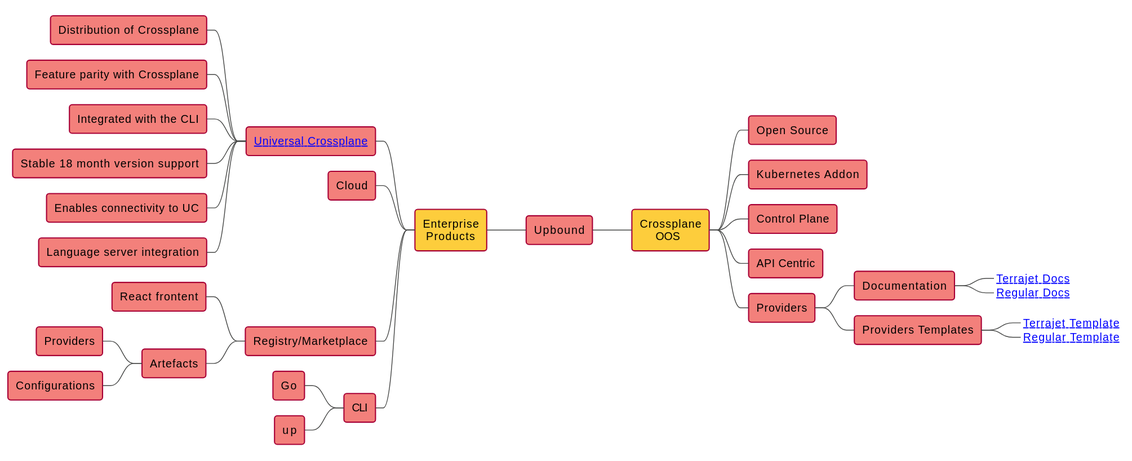
Earlier version of the PlantUML export diagrams/rendered/upbound-products-map.svg (Piotr1215/cloudrumble).
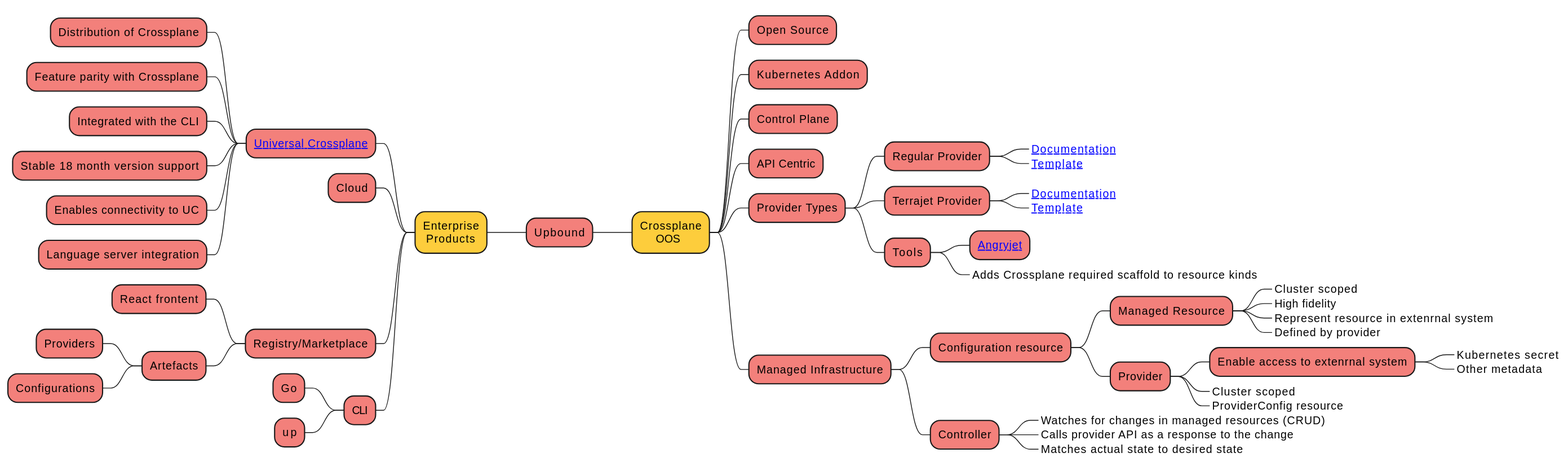
The same file after the commit.

Commit message:
Provider dev

Diff of the diagram source:
```diff
@@ -1,5 +1,4 @@
 @startmindmap
-!theme vibrant
 <style>
 mindmapDiagram {
     node {
@@ -35,11 +34,31 @@
 *** Kubernetes Addon
 *** Control Plane
 *** API Centric
-*** Providers
-**** Documentation
-*****_ [[https://github.com/crossplane/terrajet/blob/main/docs/generating-a-provider.md Terrajet Docs]]
-*****_ [[https://github.com/crossplane/crossplane/blob/master/docs/contributing/provider_development_guide.md Regular Docs]]
-**** Providers Templates
-*****_ [[https://github.com/crossplane-contrib/provider-jet-template Terrajet Template]]
-*****_ [[https://github.com/crossplane/provider-template Regular Template]]
+*** Provider Types
+**** Regular Provider
+*****_ [[https://github.com/crossplane/crossplane/blob/master/docs/contributing/provider_development_guide.md Documentation]]
+*****_ [[https://github.com/crossplane/provider-template Template]]
+**** Terrajet Provider
+*****_ [[https://github.com/crossplane/terrajet/blob/main/docs/generating-a-provider.md Documentation]]
+*****_ [[https://github.com/crossplane-contrib/provider-jet-template Template]]
+**** Tools
+***** [[https://github.com/crossplane/crossplane-tools/blob/master/README.md Angryjet]]
+*****_ Adds Crossplane required scaffold to resource kinds
+*** Managed Infrastructure
+**** Configuration resource
+***** Managed Resource
+******_ Cluster scoped
+******_ High fidelity
+******_ Represent resource in extenrnal system
+******_ Defined by provider
+***** Provider
+****** Enable access to extenrnal system
+*******_ Kubernetes secret
+*******_ Other metadata
+******_ Cluster scoped
+******_ ProviderConfig resource
+**** Controller
+*****_ Watches for changes in managed resources (CRUD)
+*****_ Calls provider API as a response to the change
+*****_ Matches actual state to desired state
 @endmindmap
```
